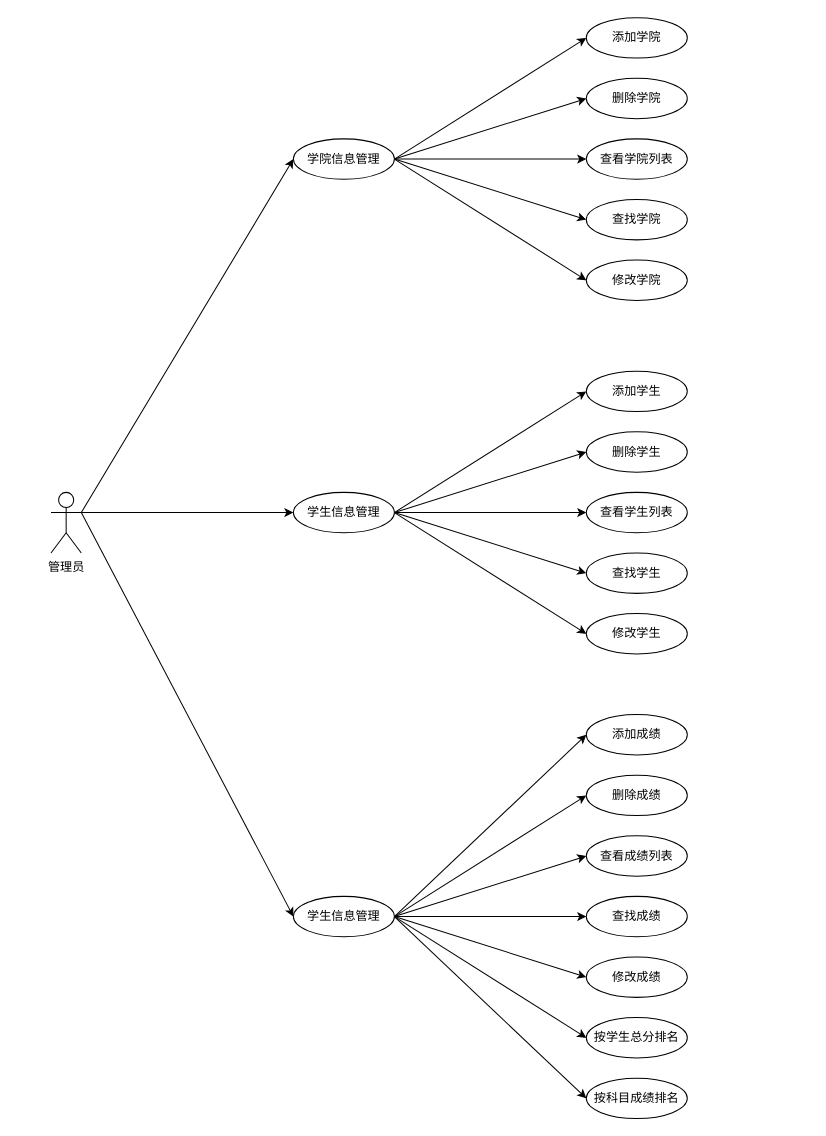
The draw.io diagram draw.io/linux课程设计/2-1用户功能用例图.drawio in ImZjm/ResourceHub, before the edit. Source tidied: cells renumbered, new cells numbered last; positions are measured from the earlier drawing's top-left corner, leaving out a move shared by most shapes. Both pictures are drawn from the tidied source at 101%, with x=0, y=0 at pixel (50, 17).
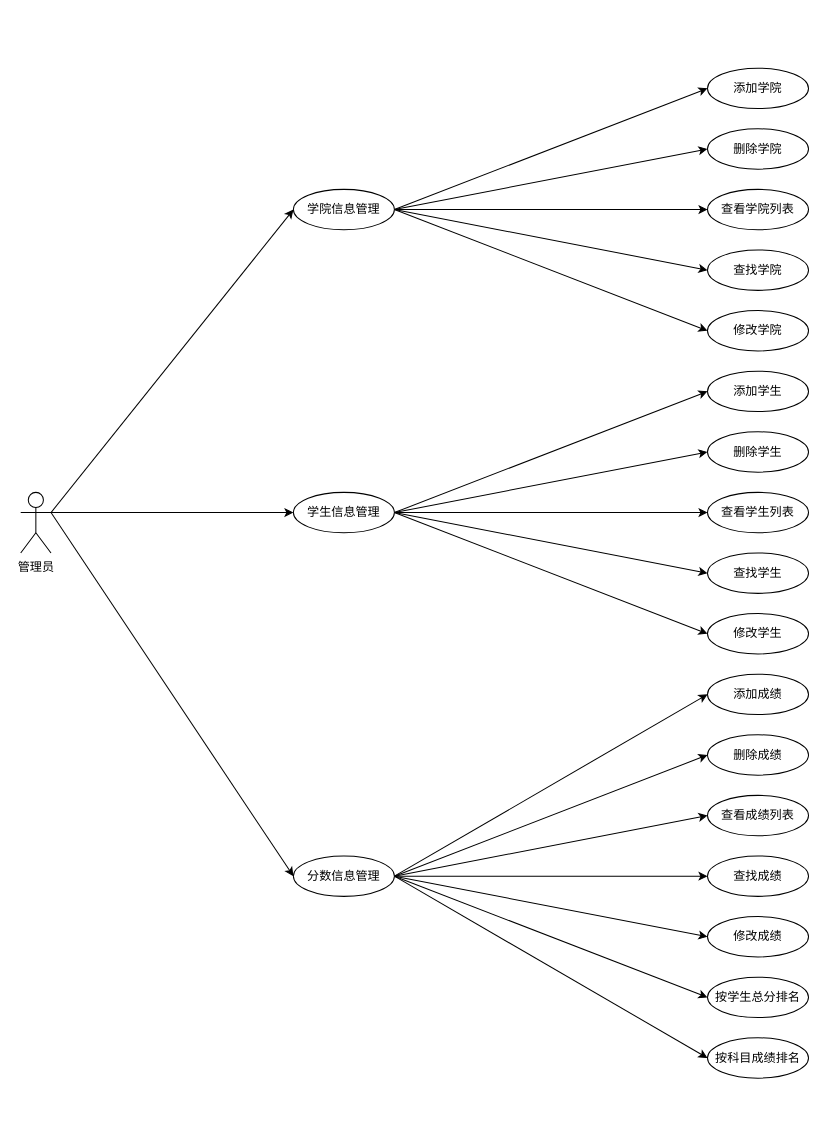
The same diagram, later.

Commit message:
更新2-1用户功能用例图.drawio

The edit, as a diff of the source:
```diff
@@
     <mxCell id="5" value="管理员" style="shape=umlActor;verticalLabelPosition=bottom;verticalAlign=top;html=1;outlineConnect=0;" parent="1" vertex="1">
-      <mxGeometry y="470" width="30" height="60" as="geometry" />
+      <mxGeometry x="-30" y="470" width="30" height="60" as="geometry" />
     </mxCell>
@@
     <mxCell id="11" value="学院信息管理" style="ellipse;whiteSpace=wrap;html=1;" parent="1" vertex="1">
-      <mxGeometry x="240" y="120" width="100" height="40" as="geometry" />
+      <mxGeometry x="240" y="170" width="100" height="40" as="geometry" />
     </mxCell>
@@
     <mxCell id="18" value="添加学院" style="ellipse;whiteSpace=wrap;html=1;" parent="1" vertex="1">
-      <mxGeometry x="530" width="100" height="40" as="geometry" />
+      <mxGeometry x="650" y="50" width="100" height="40" as="geometry" />
     </mxCell>
     <mxCell id="19" value="查看学院列表" style="ellipse;whiteSpace=wrap;html=1;" parent="1" vertex="1">
-      <mxGeometry x="530" y="120" width="100" height="40" as="geometry" />
+      <mxGeometry x="650" y="170" width="100" height="40" as="geometry" />
     </mxCell>
     <mxCell id="20" value="删除学院" style="ellipse;whiteSpace=wrap;html=1;" parent="1" vertex="1">
-      <mxGeometry x="530" y="60" width="100" height="40" as="geometry" />
+      <mxGeometry x="650" y="110" width="100" height="40" as="geometry" />
     </mxCell>
     <mxCell id="21" value="查找学院" style="ellipse;whiteSpace=wrap;html=1;" parent="1" vertex="1">
-      <mxGeometry x="530" y="180" width="100" height="40" as="geometry" />
+      <mxGeometry x="650" y="230" width="100" height="40" as="geometry" />
     </mxCell>
     <mxCell id="22" value="修改学院" style="ellipse;whiteSpace=wrap;html=1;" parent="1" vertex="1">
-      <mxGeometry x="530" y="240" width="100" height="40" as="geometry" />
+      <mxGeometry x="650" y="290" width="100" height="40" as="geometry" />
     </mxCell>
     <mxCell id="23" value="添加学生" style="ellipse;whiteSpace=wrap;html=1;" parent="1" vertex="1">
-      <mxGeometry x="530" y="350" width="100" height="40" as="geometry" />
+      <mxGeometry x="650" y="350" width="100" height="40" as="geometry" />
     </mxCell>
     <mxCell id="24" value="查看学生列表" style="ellipse;whiteSpace=wrap;html=1;" parent="1" vertex="1">
-      <mxGeometry x="530" y="470" width="100" height="40" as="geometry" />
+      <mxGeometry x="650" y="470" width="100" height="40" as="geometry" />
     </mxCell>
     <mxCell id="25" value="删除学生" style="ellipse;whiteSpace=wrap;html=1;" parent="1" vertex="1">
-      <mxGeometry x="530" y="410" width="100" height="40" as="geometry" />
+      <mxGeometry x="650" y="410" width="100" height="40" as="geometry" />
     </mxCell>
     <mxCell id="26" value="查找学生" style="ellipse;whiteSpace=wrap;html=1;" parent="1" vertex="1">
-      <mxGeometry x="530" y="530" width="100" height="40" as="geometry" />
+      <mxGeometry x="650" y="530" width="100" height="40" as="geometry" />
     </mxCell>
     <mxCell id="27" value="修改学生" style="ellipse;whiteSpace=wrap;html=1;" parent="1" vertex="1">
-      <mxGeometry x="530" y="590" width="100" height="40" as="geometry" />
+      <mxGeometry x="650" y="590" width="100" height="40" as="geometry" />
     </mxCell>
     <mxCell id="28" value="添加成绩" style="ellipse;whiteSpace=wrap;html=1;" parent="1" vertex="1">
-      <mxGeometry x="530" y="690" width="100" height="40" as="geometry" />
+      <mxGeometry x="650" y="650" width="100" height="40" as="geometry" />
     </mxCell>
     <mxCell id="29" value="查看成绩列表" style="ellipse;whiteSpace=wrap;html=1;" parent="1" vertex="1">
-      <mxGeometry x="530" y="810" width="100" height="40" as="geometry" />
+      <mxGeometry x="650" y="770" width="100" height="40" as="geometry" />
     </mxCell>
     <mxCell id="30" value="删除成绩" style="ellipse;whiteSpace=wrap;html=1;" parent="1" vertex="1">
-      <mxGeometry x="530" y="750" width="100" height="40" as="geometry" />
+      <mxGeometry x="650" y="710" width="100" height="40" as="geometry" />
     </mxCell>
     <mxCell id="31" value="查找成绩" style="ellipse;whiteSpace=wrap;html=1;" parent="1" vertex="1">
-      <mxGeometry x="530" y="870" width="100" height="40" as="geometry" />
+      <mxGeometry x="650" y="830" width="100" height="40" as="geometry" />
     </mxCell>
     <mxCell id="32" value="修改成绩" style="ellipse;whiteSpace=wrap;html=1;" parent="1" vertex="1">
-      <mxGeometry x="530" y="930" width="100" height="40" as="geometry" />
+      <mxGeometry x="650" y="890" width="100" height="40" as="geometry" />
     </mxCell>
     <mxCell id="33" value="按学生总分排名" style="ellipse;whiteSpace=wrap;html=1;" parent="1" vertex="1">
-      <mxGeometry x="530" y="990" width="100" height="40" as="geometry" />
+      <mxGeometry x="650" y="950" width="100" height="40" as="geometry" />
     </mxCell>
     <mxCell id="34" value="按科目成绩排名" style="ellipse;whiteSpace=wrap;html=1;" parent="1" vertex="1">
-      <mxGeometry x="530" y="1050" width="100" height="40" as="geometry" />
+      <mxGeometry x="650" y="1010" width="100" height="40" as="geometry" />
     </mxCell>
@@
-    <mxCell id="42" value="学生信息管理" style="ellipse;whiteSpace=wrap;html=1;" parent="1" vertex="1">
-      <mxGeometry x="240" y="870" width="100" height="40" as="geometry" />
+    <mxCell id="42" value="分数信息管理" style="ellipse;whiteSpace=wrap;html=1;" parent="1" vertex="1">
+      <mxGeometry x="240" y="830" width="100" height="40" as="geometry" />
     </mxCell>
```
